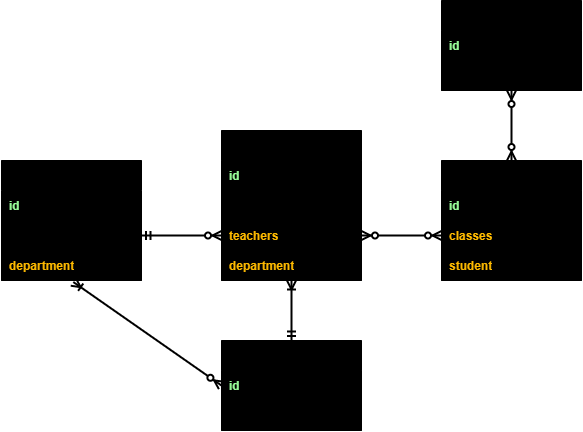
This is Week_8/sqool_activity/schema.drawio.png from justinthelaw/ussf-sdi, a draw.io export, as it was before one commit. Source tidied: cells renumbered, new cells last; positions are measured from the earlier drawing's top-left corner, leaving out a move shared by most shapes.
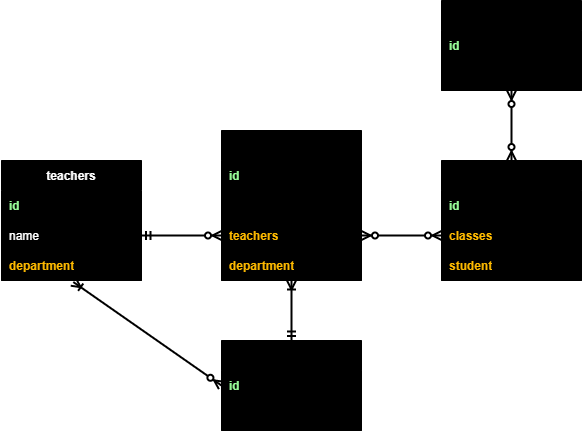
The same file after the commit.

Commit message:
Modified sqool schema

Change to the diagram source:
```diff
@@ -22,7 +22,7 @@
     <mxCell id="7" value="name" style="shape=partialRectangle;html=1;whiteSpace=wrap;top=0;left=0;bottom=0;right=0;align=left;spacingLeft=6;overflow=hidden;fillColor=#000000;strokeColor=#FFFFFF;" parent="6" vertex="1">
       <mxGeometry width="140" height="30" as="geometry" />
     </mxCell>
-    <mxCell id="8" value="teachers" style="shape=table;html=1;whiteSpace=wrap;startSize=30;rowLines=0;fontStyle=1;align=center;fillColor=#000000;swimlaneFillColor=#ffffff;" parent="1" vertex="1">
+    <mxCell id="8" value="&lt;font color=&quot;#ffffff&quot;&gt;teachers&lt;/font&gt;" style="shape=table;html=1;whiteSpace=wrap;startSize=30;rowLines=0;fontStyle=1;align=center;fillColor=#000000;swimlaneFillColor=#ffffff;" parent="1" vertex="1">
       <mxGeometry x="30" y="160" width="140" height="120" as="geometry" />
     </mxCell>
     <mxCell id="9" style="shape=partialRectangle;html=1;whiteSpace=wrap;fillColor=none;top=0;left=0;bottom=1;right=0;" parent="8" vertex="1">
@@ -34,7 +34,7 @@
     <mxCell id="11" style="shape=partialRectangle;html=1;whiteSpace=wrap;fillColor=none;top=0;left=0;bottom=1;right=0;points=[[0,0.5],[1,0.5]];portConstraint=eastwest;fontColor=#FFBB00;" parent="8" vertex="1">
       <mxGeometry y="60" width="140" height="30" as="geometry" />
     </mxCell>
-    <mxCell id="12" value="name" style="shape=partialRectangle;html=1;whiteSpace=wrap;top=0;left=0;bottom=0;right=0;align=left;spacingLeft=6;overflow=hidden;fillColor=#000000;strokeColor=#FFFFFF;labelBorderColor=none;strokeWidth=3;" parent="11" vertex="1">
+    <mxCell id="12" value="name" style="shape=partialRectangle;html=1;whiteSpace=wrap;top=0;left=0;bottom=0;right=0;align=left;spacingLeft=6;overflow=hidden;fillColor=#000000;strokeColor=#FFFFFF;labelBorderColor=none;strokeWidth=3;fontColor=#FFFFFF;" parent="11" vertex="1">
       <mxGeometry width="140" height="30" as="geometry" />
     </mxCell>
     <mxCell id="13" style="shape=partialRectangle;html=1;whiteSpace=wrap;fillColor=none;top=0;left=0;bottom=1;right=0;points=[[0,0.5],[1,0.5]];portConstraint=eastwest;" parent="8" vertex="1">
```
